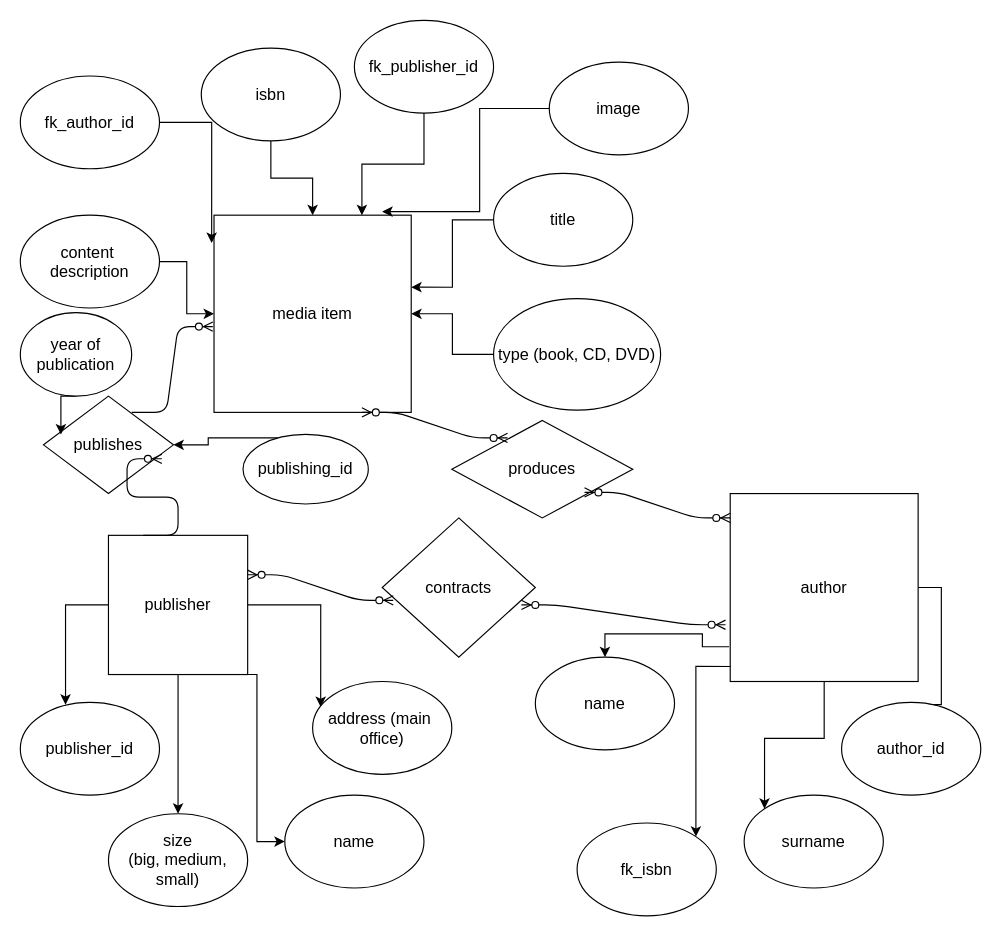
The draw.io diagram ERdiagram.drawio in Carina20/CFLMS-CodeReview10-Carina, before the edit. Source tidied: cells renumbered, new cells numbered last; positions are measured from the earlier drawing's top-left corner, leaving out a move shared by most shapes. Both pictures are drawn from the tidied source at 116%, with x=0, y=0 at pixel (20, 20).
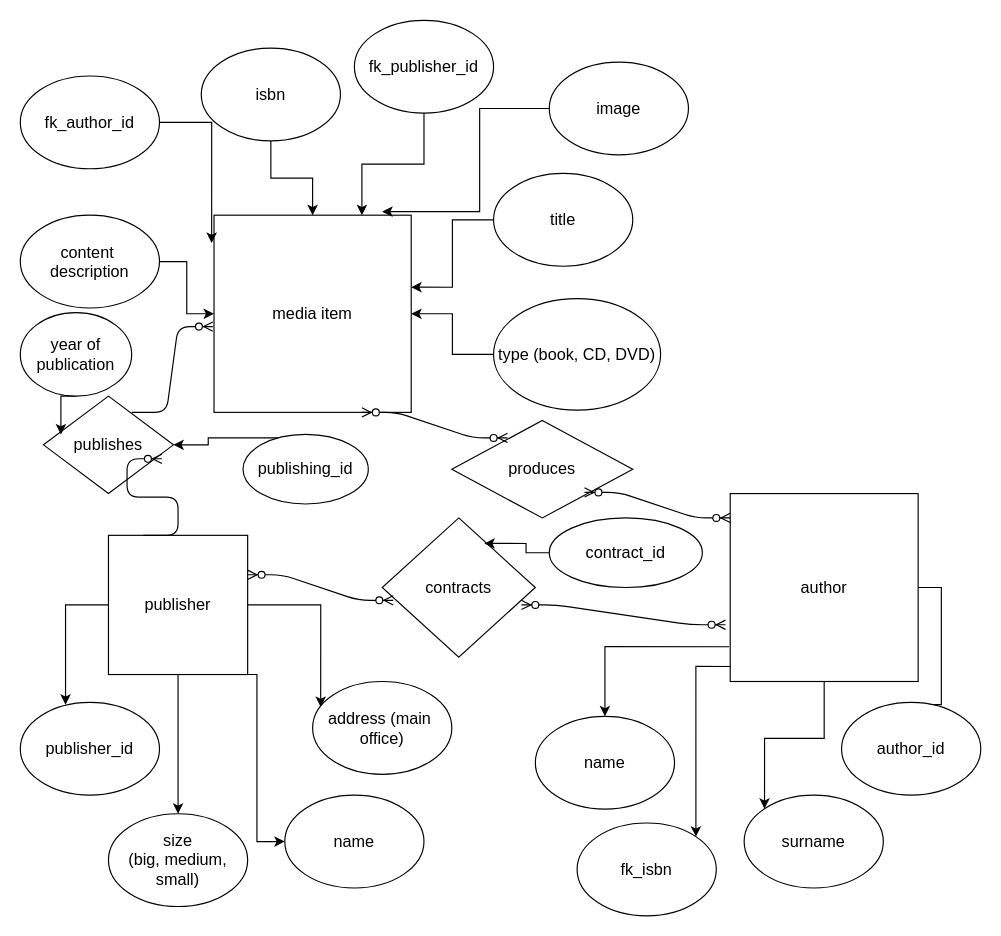
After the change.

Unchanged cells that the change refers to:
```xml
<mxCell id="25" value="contracts" style="rhombus;whiteSpace=wrap;html=1;fontSize=14;" parent="1" vertex="1">
  <mxGeometry x="312" y="429" width="132" height="120" as="geometry" />
</mxCell>
```

The edit, as a diff of the source:
```diff
@@
     <mxCell id="17" value="name" style="ellipse;whiteSpace=wrap;html=1;fontSize=14;" parent="1" vertex="1">
-      <mxGeometry x="444" y="549" width="120" height="80" as="geometry" />
+      <mxGeometry x="444" y="600" width="120" height="80" as="geometry" />
     </mxCell>
@@
+    <mxCell id="48" style="edgeStyle=orthogonalEdgeStyle;rounded=0;jettySize=auto;html=1;exitX=0;exitY=0.5;exitDx=0;exitDy=0;entryX=0.667;entryY=0.183;entryDx=0;entryDy=0;entryPerimeter=0;fontSize=14;" parent="1" edge="1" source="49" target="25">
+      <mxGeometry relative="1" as="geometry" />
+    </mxCell>
+    <mxCell id="49" value="contract_id" style="ellipse;whiteSpace=wrap;html=1;fontSize=14;" parent="1" vertex="1">
+      <mxGeometry x="456" y="429" width="132" height="60" as="geometry" />
+    </mxCell>
```
